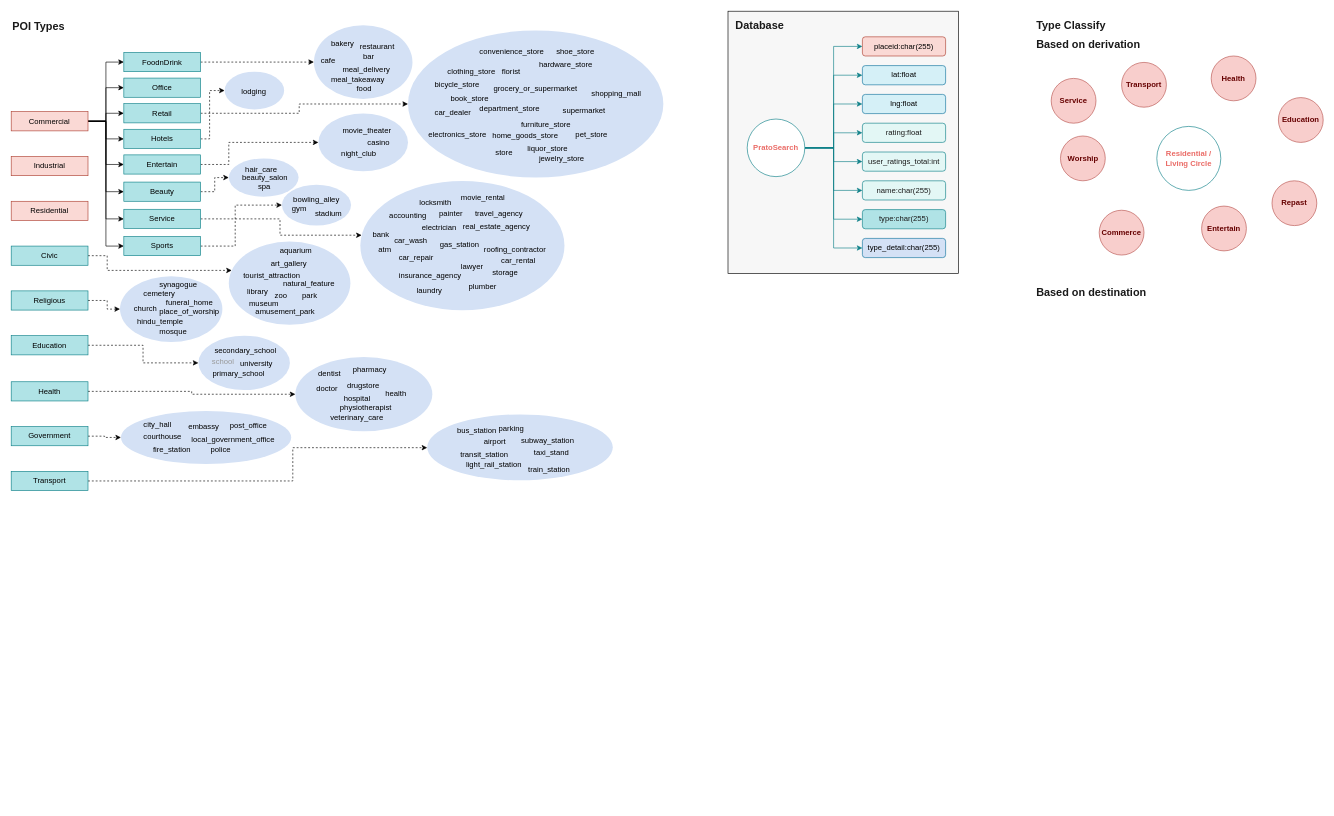
Above: data/FunctionMap.drawio in amomorning/osm4arch (draw.io), before the change. Source tidied: cells renumbered, new cells numbered last; positions are measured from the earlier drawing's top-left corner, leaving out a move shared by most shapes. Both pictures are drawn from the tidied source at 64%, with x=0, y=0 at pixel (11, 11).
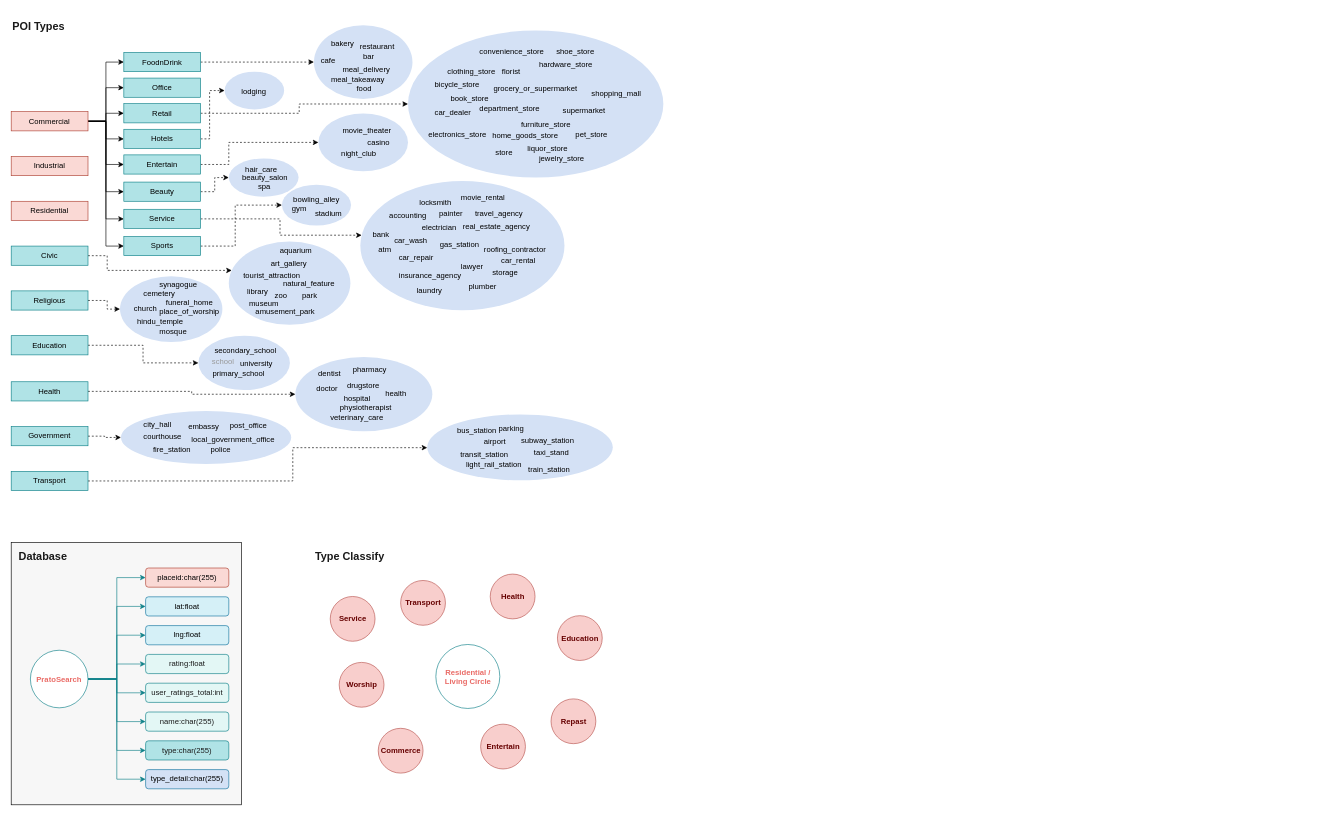
The same page after the edit.

Diff of the diagram source:
```diff
@@
     <mxCell id="4" style="rounded=0;whiteSpace=wrap;html=1;labelBackgroundColor=#ffffff;fontSize=17;gradientColor=none;fillColor=#F7F7F7;strokeColor=#000000;" parent="1" vertex="1">
-      <mxGeometry x="1120" width="360" height="410" as="geometry" />
+      <mxGeometry y="830" width="360" height="410" as="geometry" />
     </mxCell>
@@
     <mxCell id="13" value="PratoSearch" style="ellipse;whiteSpace=wrap;html=1;fillColor=#FFFFFF;strokeColor=#0e8088;labelBackgroundColor=none;fontColor=#EA6B66;strokeWidth=1;fontStyle=1;" parent="1" vertex="1">
-      <mxGeometry x="1150" y="168.5" width="90" height="90" as="geometry" />
+      <mxGeometry x="30" y="998.5" width="90" height="90" as="geometry" />
     </mxCell>
     <mxCell id="14" value="placeid:char(255)" style="rounded=1;whiteSpace=wrap;html=1;fillColor=#fad9d5;strokeColor=#ae4132;" parent="1" vertex="1">
-      <mxGeometry x="1330" y="40" width="130" height="30" as="geometry" />
+      <mxGeometry x="210" y="870" width="130" height="30" as="geometry" />
     </mxCell>
     <mxCell id="15" value="lat:float" style="rounded=1;whiteSpace=wrap;html=1;fillColor=#D5F0F7;strokeColor=#10739e;" parent="1" vertex="1">
-      <mxGeometry x="1330" y="85" width="130" height="30" as="geometry" />
+      <mxGeometry x="210" y="915" width="130" height="30" as="geometry" />
     </mxCell>
     <mxCell id="16" value="lng:float" style="rounded=1;whiteSpace=wrap;html=1;fillColor=#D5F0F7;strokeColor=#10739e;" parent="1" vertex="1">
-      <mxGeometry x="1330" y="130" width="130" height="30" as="geometry" />
+      <mxGeometry x="210" y="960" width="130" height="30" as="geometry" />
     </mxCell>
     <mxCell id="17" value="rating:float" style="rounded=1;whiteSpace=wrap;html=1;fillColor=#E3F7F5;strokeColor=#0e8088;fontColor=#1A1A1A;" parent="1" vertex="1">
-      <mxGeometry x="1330" y="175" width="130" height="30" as="geometry" />
+      <mxGeometry x="210" y="1005" width="130" height="30" as="geometry" />
     </mxCell>
     <mxCell id="18" value="user_ratings_total:int" style="rounded=1;whiteSpace=wrap;html=1;fillColor=#E3F7F5;strokeColor=#0e8088;fontColor=#1A1A1A;" parent="1" vertex="1">
-      <mxGeometry x="1330" y="220" width="130" height="30" as="geometry" />
+      <mxGeometry x="210" y="1050" width="130" height="30" as="geometry" />
     </mxCell>
     <mxCell id="19" value="name:char(255)" style="rounded=1;whiteSpace=wrap;html=1;fillColor=#E3F7F5;strokeColor=#0e8088;fontColor=#1A1A1A;" parent="1" vertex="1">
-      <mxGeometry x="1330" y="265" width="130" height="30" as="geometry" />
+      <mxGeometry x="210" y="1095" width="130" height="30" as="geometry" />
     </mxCell>
     <mxCell id="20" value="type:char(255)" style="rounded=1;whiteSpace=wrap;html=1;fillColor=#b0e3e6;strokeColor=#0e8088;fontColor=#1A1A1A;" parent="1" vertex="1">
-      <mxGeometry x="1330" y="310" width="130" height="30" as="geometry" />
+      <mxGeometry x="210" y="1140" width="130" height="30" as="geometry" />
     </mxCell>
     <mxCell id="21" value="Database" style="text;html=1;align=left;verticalAlign=top;spacingTop=-4;fontColor=#1A1A1A;fontStyle=1;fontSize=17;" parent="1" vertex="1">
-      <mxGeometry x="1130" y="10" width="90" height="20" as="geometry" />
+      <mxGeometry x="10" y="840" width="90" height="20" as="geometry" />
     </mxCell>
     <mxCell id="22" value="Type Classify" style="text;html=1;align=left;verticalAlign=top;spacingTop=-4;fontColor=#1A1A1A;fontStyle=1;fontSize=17;" parent="1" vertex="1">
-      <mxGeometry x="1600" y="10" width="120" height="20" as="geometry" />
+      <mxGeometry x="473" y="840" width="120" height="20" as="geometry" />
     </mxCell>
-    <mxCell id="23" value="Based on&amp;nbsp;destination" style="text;html=1;align=left;verticalAlign=top;spacingTop=-4;fontColor=#1A1A1A;fontStyle=1;fontSize=17;" parent="1" vertex="1">
-      <mxGeometry x="1600" y="427" width="170" height="20" as="geometry" />
-    </mxCell>
-    <mxCell id="24" value="Based on&amp;nbsp;derivation" style="text;html=1;align=left;verticalAlign=top;spacingTop=-4;fontColor=#1A1A1A;fontStyle=1;fontSize=17;" parent="1" vertex="1">
-      <mxGeometry x="1600" y="40" width="170" height="20" as="geometry" />
-    </mxCell>
     <mxCell id="25" value="Residential / Living Circle" style="ellipse;whiteSpace=wrap;html=1;fillColor=#FFFFFF;strokeColor=#0e8088;labelBackgroundColor=none;fontColor=#EA6B66;strokeWidth=1;fontStyle=1;" parent="1" vertex="1">
-      <mxGeometry x="1790" y="180" width="100" height="100" as="geometry" />
+      <mxGeometry x="663.5" y="989.5" width="100" height="100" as="geometry" />
     </mxCell>
     <mxCell id="26" value="Education" style="ellipse;whiteSpace=wrap;html=1;fillColor=#f8cecc;strokeColor=#b85450;labelBackgroundColor=none;strokeWidth=1;fontColor=#660000;fontStyle=1;" parent="1" vertex="1">
-      <mxGeometry x="1980" y="135" width="70" height="70" as="geometry" />
+      <mxGeometry x="853.5" y="944.5" width="70" height="70" as="geometry" />
     </mxCell>
     <mxCell id="27" value="Health" style="ellipse;whiteSpace=wrap;html=1;fillColor=#f8cecc;strokeColor=#b85450;labelBackgroundColor=none;strokeWidth=1;fontColor=#660000;fontStyle=1;" parent="1" vertex="1">
-      <mxGeometry x="1875" y="70" width="70" height="70" as="geometry" />
+      <mxGeometry x="748.5" y="879.5" width="70" height="70" as="geometry" />
     </mxCell>
     <mxCell id="28" value="Repast" style="ellipse;whiteSpace=wrap;html=1;fillColor=#f8cecc;strokeColor=#b85450;labelBackgroundColor=none;strokeWidth=1;fontColor=#660000;fontStyle=1;" parent="1" vertex="1">
-      <mxGeometry x="1970" y="265" width="70" height="70" as="geometry" />
+      <mxGeometry x="843.5" y="1074.5" width="70" height="70" as="geometry" />
     </mxCell>
     <mxCell id="29" value="Entertain" style="ellipse;whiteSpace=wrap;html=1;fillColor=#f8cecc;strokeColor=#b85450;labelBackgroundColor=none;strokeWidth=1;fontColor=#660000;fontStyle=1;" parent="1" vertex="1">
-      <mxGeometry x="1860" y="304.5" width="70" height="70" as="geometry" />
+      <mxGeometry x="733.5" y="1114" width="70" height="70" as="geometry" />
     </mxCell>
     <mxCell id="30" value="Commerce" style="ellipse;whiteSpace=wrap;html=1;fillColor=#f8cecc;strokeColor=#b85450;labelBackgroundColor=none;strokeWidth=1;fontColor=#660000;fontStyle=1;" parent="1" vertex="1">
-      <mxGeometry x="1700" y="311" width="70" height="70" as="geometry" />
+      <mxGeometry x="573.5" y="1120.5" width="70" height="70" as="geometry" />
     </mxCell>
     <mxCell id="31" value="Service" style="ellipse;whiteSpace=wrap;html=1;fillColor=#f8cecc;strokeColor=#b85450;labelBackgroundColor=none;strokeWidth=1;fontColor=#660000;fontStyle=1;" parent="1" vertex="1">
-      <mxGeometry x="1625" y="105" width="70" height="70" as="geometry" />
+      <mxGeometry x="498.5" y="914.5" width="70" height="70" as="geometry" />
     </mxCell>
     <mxCell id="32" value="Worship" style="ellipse;whiteSpace=wrap;html=1;fillColor=#f8cecc;strokeColor=#b85450;labelBackgroundColor=none;strokeWidth=1;fontColor=#660000;fontStyle=1;" parent="1" vertex="1">
-      <mxGeometry x="1639.5" y="195" width="70" height="70" as="geometry" />
+      <mxGeometry x="512.5" y="1017.5" width="70" height="70" as="geometry" />
     </mxCell>
     <mxCell id="33" value="Transport" style="ellipse;whiteSpace=wrap;html=1;fillColor=#f8cecc;strokeColor=#b85450;labelBackgroundColor=none;strokeWidth=1;fontColor=#660000;fontStyle=1;" parent="1" vertex="1">
-      <mxGeometry x="1735" y="80" width="70" height="70" as="geometry" />
+      <mxGeometry x="608.5" y="889.5" width="70" height="70" as="geometry" />
     </mxCell>
@@
     <mxCell id="197" value="type_detail:char(255)" style="rounded=1;whiteSpace=wrap;html=1;fillColor=#D4E1F5;strokeColor=#10739e;" parent="1" vertex="1">
-      <mxGeometry x="1330" y="355" width="130" height="30" as="geometry" />
+      <mxGeometry x="210" y="1185" width="130" height="30" as="geometry" />
     </mxCell>
```
